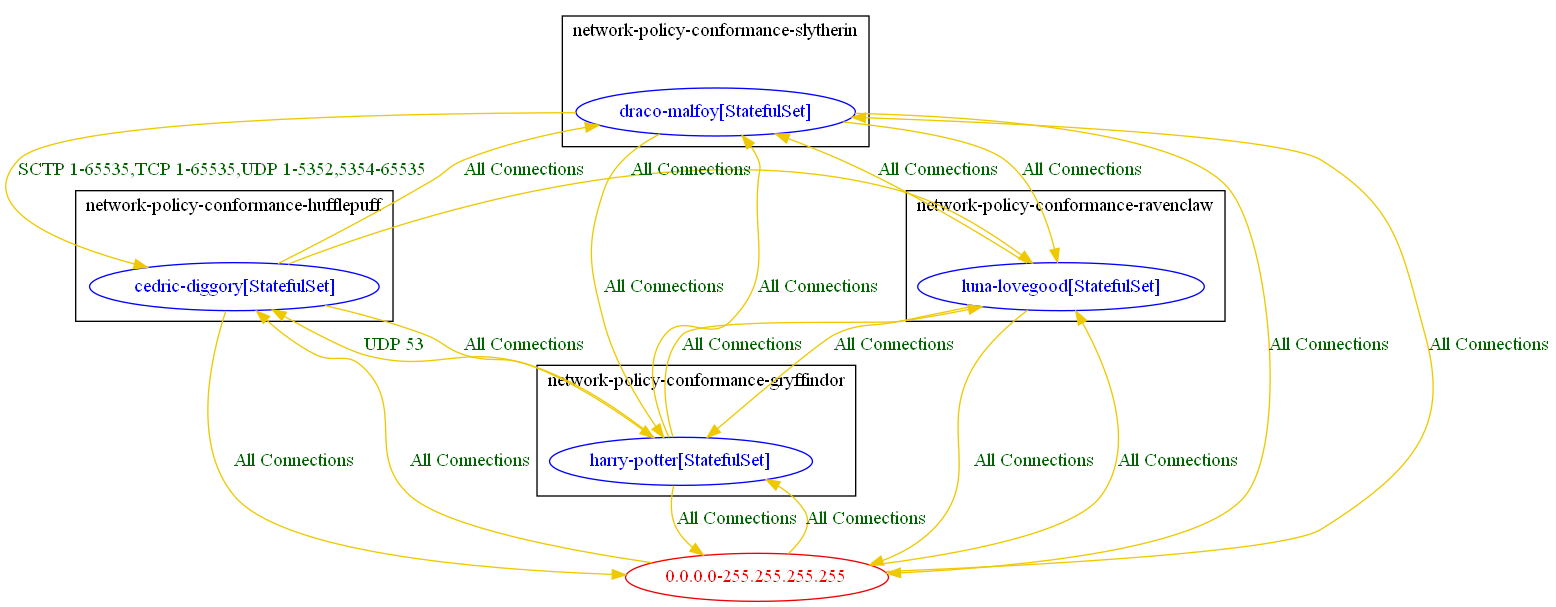
Above: test_outputs/connlist/banp_test_core_ingress_udp_swapping_rules_connlist_output.dot.png in np-guard/netpol-analyzer (Graphviz), before the change. Its source is kept beside it as test_outputs/connlist/banp_test_core_ingress_udp_swapping_rules_connlist_output.dot.
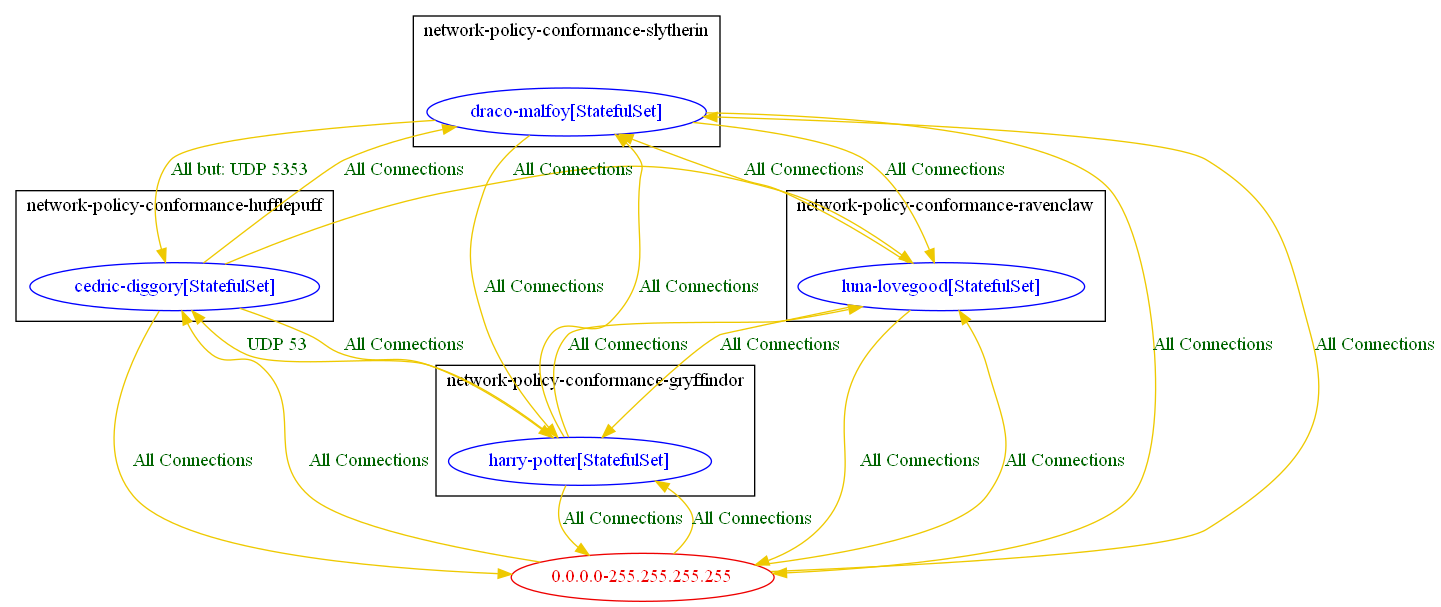
Later version of the same file.

Change to the diagram source:
```diff
@@ -41,6 +41,6 @@
 	"network-policy-conformance-ravenclaw/luna-lovegood[StatefulSet]" -> "network-policy-conformance-slytherin/draco-malfoy[StatefulSet]" [label="All Connections" color="gold2" fontcolor="darkgreen" weight=0.5]
 	"network-policy-conformance-slytherin/draco-malfoy[StatefulSet]" -> "0.0.0.0-255.255.255.255" [label="All Connections" color="gold2" fontcolor="darkgreen" weight=1]
 	"network-policy-conformance-slytherin/draco-malfoy[StatefulSet]" -> "network-policy-conformance-gryffindor/harry-potter[StatefulSet]" [label="All Connections" color="gold2" fontcolor="darkgreen" weight=1]
-	"network-policy-conformance-slytherin/draco-malfoy[StatefulSet]" -> "network-policy-conformance-hufflepuff/cedric-diggory[StatefulSet]" [label="SCTP 1-65535,TCP 1-65535,UDP 1-5352,5354-65535" color="gold2" fontcolor="darkgreen" weight=1]
+	"network-policy-conformance-slytherin/draco-malfoy[StatefulSet]" -> "network-policy-conformance-hufflepuff/cedric-diggory[StatefulSet]" [label="All but: UDP 5353" color="gold2" fontcolor="darkgreen" weight=1]
 	"network-policy-conformance-slytherin/draco-malfoy[StatefulSet]" -> "network-policy-conformance-ravenclaw/luna-lovegood[StatefulSet]" [label="All Connections" color="gold2" fontcolor="darkgreen" weight=1]
 }
```
